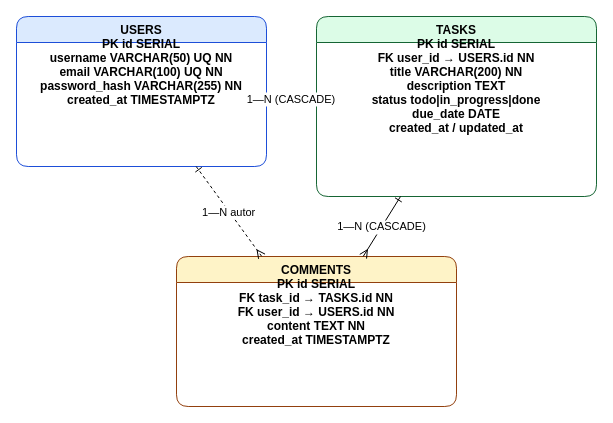
Earlier version of the draw.io diagram docs/erd.drawio (yerameyeupavel-droid/praktyka-project). Source tidied: cells renumbered, new cells numbered last; positions are measured from the earlier drawing's top-left corner, leaving out a move shared by most shapes. Both pictures are drawn from the tidied source at 100%, with x=0, y=0 at pixel (16, 16).
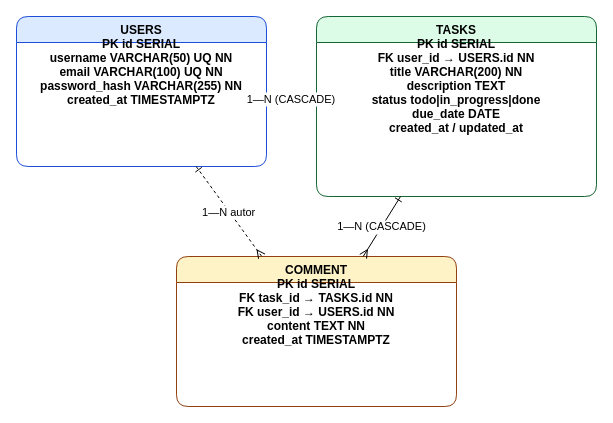
The same diagram, later.

Commit message (it also covers changes not shown here):
porzadkuje baze: table-schema + insert-data, tabela comment

Change to the diagram source:
```diff
@@
 <mxGraphModel>
   <root>
     <mxCell id="0" />
     <mxCell id="1" parent="0" />
     <mxCell id="2" value="USERS&#10;PK id SERIAL&#10;username VARCHAR(50) UQ NN&#10;email VARCHAR(100) UQ NN&#10;password_hash VARCHAR(255) NN&#10;created_at TIMESTAMPTZ" style="swimlane;fontStyle=1;align=center;verticalAlign=top;horizontal=1;startSize=26;rounded=1;fillColor=#DBEAFE;strokeColor=#1D4ED8;" parent="1" vertex="1">
       <mxGeometry width="250" height="150" as="geometry" />
     </mxCell>
     <mxCell id="3" value="TASKS&#10;PK id SERIAL&#10;FK user_id → USERS.id NN&#10;title VARCHAR(200) NN&#10;description TEXT&#10;status todo|in_progress|done&#10;due_date DATE&#10;created_at / updated_at" style="swimlane;fontStyle=1;align=center;verticalAlign=top;horizontal=1;startSize=26;rounded=1;fillColor=#DCFCE7;strokeColor=#166534;" parent="1" vertex="1">
       <mxGeometry x="300" width="280" height="180" as="geometry" />
     </mxCell>
-    <mxCell id="4" value="COMMENTS&#10;PK id SERIAL&#10;FK task_id → TASKS.id NN&#10;FK user_id → USERS.id NN&#10;content TEXT NN&#10;created_at TIMESTAMPTZ" style="swimlane;fontStyle=1;align=center;verticalAlign=top;horizontal=1;startSize=26;rounded=1;fillColor=#FEF3C7;strokeColor=#92400E;" parent="1" vertex="1">
+    <mxCell id="4" value="COMMENT&#10;PK id SERIAL&#10;FK task_id → TASKS.id NN&#10;FK user_id → USERS.id NN&#10;content TEXT NN&#10;created_at TIMESTAMPTZ" style="swimlane;fontStyle=1;align=center;verticalAlign=top;horizontal=1;startSize=26;rounded=1;fillColor=#FEF3C7;strokeColor=#92400E;" parent="1" vertex="1">
       <mxGeometry x="160" y="240" width="280" height="150" as="geometry" />
     </mxCell>
     <mxCell id="5" value="1—N (CASCADE)" style="endArrow=ERmany;startArrow=ERone;endFill=0;" parent="1" edge="1" source="2" target="3">
       <mxGeometry relative="1" as="geometry" />
     </mxCell>
     <mxCell id="6" value="1—N (CASCADE)" style="endArrow=ERmany;startArrow=ERone;endFill=0;" parent="1" edge="1" source="3" target="4">
       <mxGeometry relative="1" as="geometry" />
     </mxCell>
     <mxCell id="7" value="1—N autor" style="endArrow=ERmany;startArrow=ERone;endFill=0;dashed=1;" parent="1" edge="1" source="2" target="4">
       <mxGeometry relative="1" as="geometry" />
     </mxCell>
   </root>
 </mxGraphModel>
```
